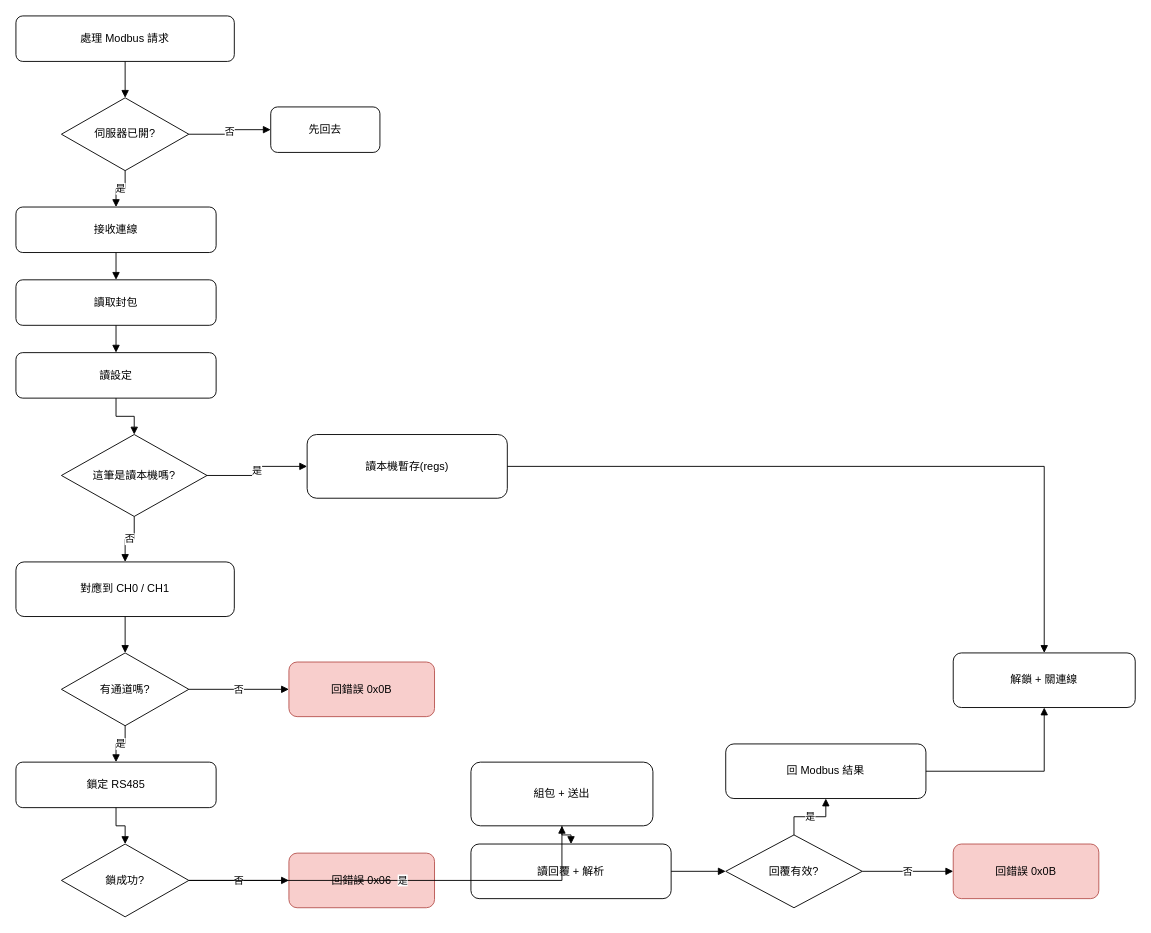
Before: modbus_flow.drawio in Sherman-Chung/Pico_WiFitoRS, a draw.io diagram. Source tidied: cells renumbered, new cells numbered last; positions are measured from the earlier drawing's top-left corner, leaving out a move shared by most shapes. Both pictures are drawn from the tidied source at 91%, with x=0, y=0 at pixel (15, 15).
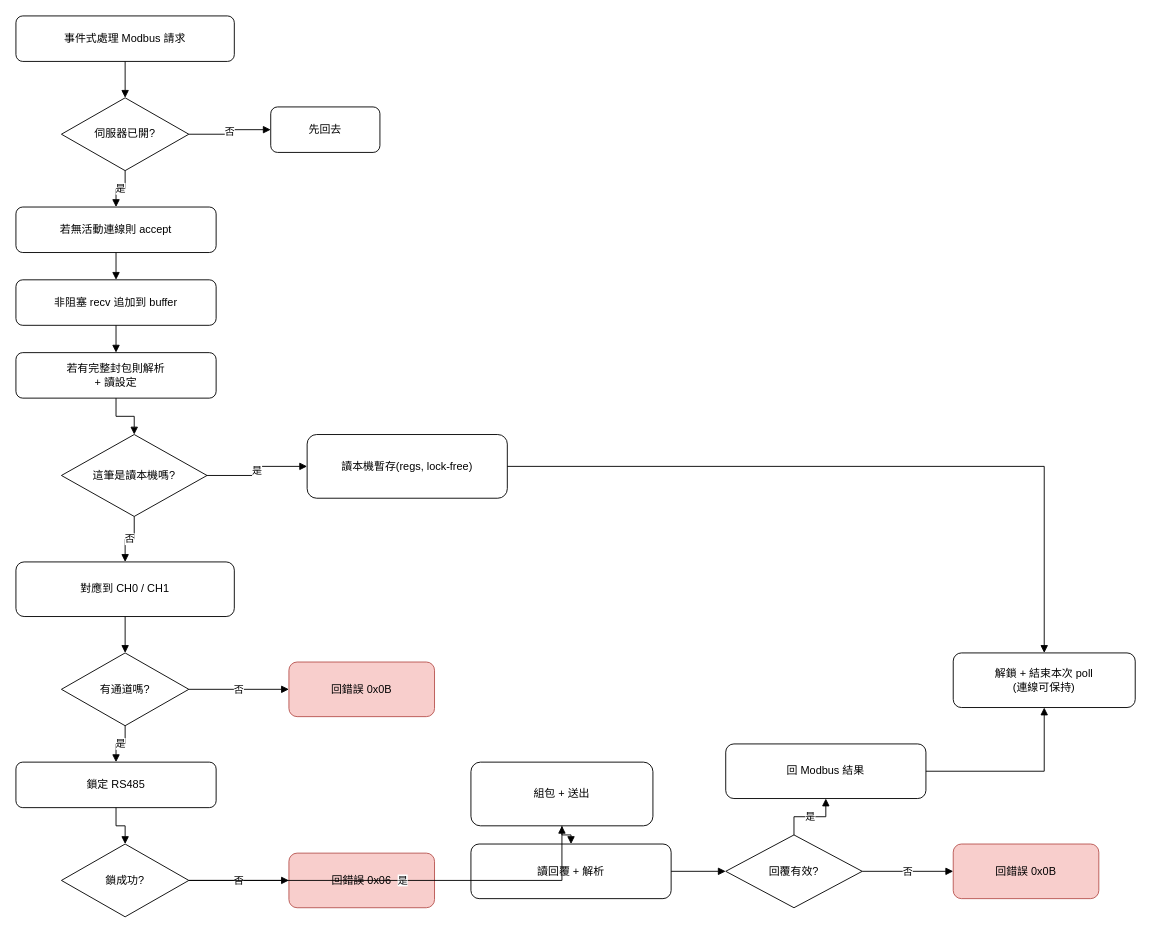
The same diagram, later.

Commit message (it also covers changes not shown here):
Refactor Modbus Gateway and Poller Implementation

The edit, as a diff of the source:
```diff
@@
-    <mxCell id="2" value="處理 Modbus 請求" style="rounded=1;whiteSpace=wrap;html=1;" parent="1" vertex="1">
+    <mxCell id="2" value="事件式處理 Modbus 請求" style="rounded=1;whiteSpace=wrap;html=1;" parent="1" vertex="1">
       <mxGeometry width="240" height="50" as="geometry" />
     </mxCell>
@@
-    <mxCell id="5" value="接收連線" style="rounded=1;whiteSpace=wrap;html=1;" parent="1" vertex="1">
+    <mxCell id="5" value="若無活動連線則 accept" style="rounded=1;whiteSpace=wrap;html=1;" parent="1" vertex="1">
       <mxGeometry y="210" width="220" height="50" as="geometry" />
     </mxCell>
-    <mxCell id="6" value="讀取封包" style="rounded=1;whiteSpace=wrap;html=1;" parent="1" vertex="1">
+    <mxCell id="6" value="非阻塞 recv 追加到 buffer" style="rounded=1;whiteSpace=wrap;html=1;" parent="1" vertex="1">
       <mxGeometry y="290" width="220" height="50" as="geometry" />
     </mxCell>
-    <mxCell id="7" value="讀設定" style="rounded=1;whiteSpace=wrap;html=1;" parent="1" vertex="1">
+    <mxCell id="7" value="若有完整封包則解析&#10;+ 讀設定" style="rounded=1;whiteSpace=wrap;html=1;" parent="1" vertex="1">
       <mxGeometry y="370" width="220" height="50" as="geometry" />
     </mxCell>
@@
-    <mxCell id="9" value="讀本機暫存(regs)" style="rounded=1;whiteSpace=wrap;html=1;" parent="1" vertex="1">
+    <mxCell id="9" value="讀本機暫存(regs, lock-free)" style="rounded=1;whiteSpace=wrap;html=1;" parent="1" vertex="1">
       <mxGeometry x="320" y="460" width="220" height="70" as="geometry" />
     </mxCell>
@@
-    <mxCell id="21" value="解鎖 + 關連線" style="rounded=1;whiteSpace=wrap;html=1;" parent="1" vertex="1">
+    <mxCell id="21" value="解鎖 + 結束本次 poll&#10;(連線可保持)" style="rounded=1;whiteSpace=wrap;html=1;" parent="1" vertex="1">
       <mxGeometry x="1030" y="700" width="200" height="60" as="geometry" />
     </mxCell>
```
